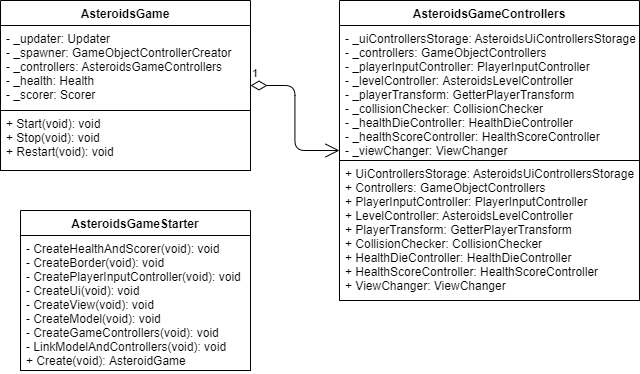
Kkamikadzee/Asteroids keeps this draw.io diagram as Other/Diagrams/StartGame/StartGame.png. Above is the earlier version. Source tidied: cells renumbered, new cells last; positions are measured from the earlier drawing's top-left corner, leaving out a move shared by most shapes.
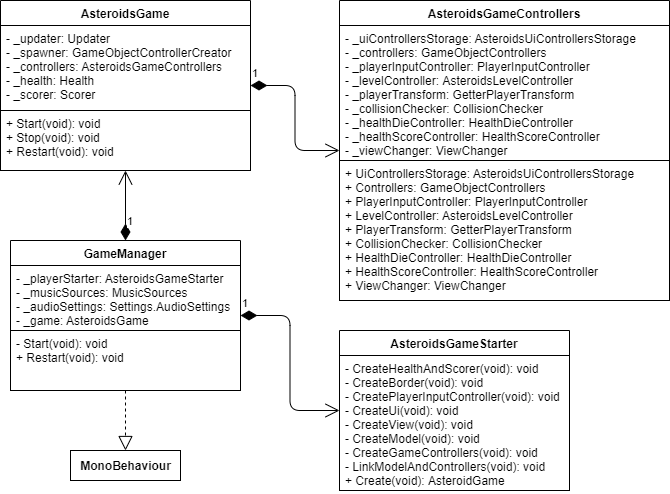
Above is the later version.

Change to the diagram source:
```diff
@@ -2,20 +2,29 @@
   <root>
     <mxCell id="0" />
     <mxCell id="1" parent="0" />
+    <mxCell id="11" value="GameManager" style="swimlane;fontStyle=1;align=center;verticalAlign=top;horizontal=1;startSize=25;spacing=2;" parent="1" vertex="1">
+      <mxGeometry x="10" y="240" width="230" height="150" as="geometry" />
+    </mxCell>
+    <mxCell id="12" value="- _playerStarter: AsteroidsGameStarter&#10;- _musicSources: MusicSources&#10;- _audioSettings: Settings.AudioSettings&#10;- _game: AsteroidsGame&#10;" style="text;fillColor=none;align=left;verticalAlign=top;spacingLeft=4;spacingRight=4;overflow=hidden;strokeColor=#000000;" parent="11" vertex="1">
+      <mxGeometry y="25" width="230" height="65" as="geometry" />
+    </mxCell>
+    <mxCell id="13" value="- Start(void): void&#10;+ Restart(void): void" style="text;fillColor=none;align=left;verticalAlign=top;spacingLeft=4;spacingRight=4;overflow=hidden;strokeColor=#000000;" parent="11" vertex="1">
+      <mxGeometry y="90" width="230" height="60" as="geometry" />
+    </mxCell>
     <mxCell id="2" value="AsteroidsGameStarter" style="swimlane;fontStyle=1;align=center;verticalAlign=top;horizontal=1;startSize=25;spacing=2;" parent="1" vertex="1">
-      <mxGeometry x="20" y="210" width="230" height="160" as="geometry" />
+      <mxGeometry x="339" y="330" width="230" height="160" as="geometry" />
     </mxCell>
     <mxCell id="3" value="- CreateHealthAndScorer(void): void&#10;- CreateBorder(void): void&#10;- CreatePlayerInputController(void): void&#10;- CreateUi(void): void&#10;- CreateView(void): void&#10;- CreateModel(void): void&#10;- CreateGameControllers(void): void&#10;- LinkModelAndControllers(void): void&#10;+ Create(void): AsteroidGame" style="text;fillColor=none;align=left;verticalAlign=top;spacingLeft=4;spacingRight=4;overflow=hidden;strokeColor=#000000;" parent="2" vertex="1">
       <mxGeometry y="25" width="230" height="135" as="geometry" />
     </mxCell>
     <mxCell id="4" value="AsteroidsGameControllers" style="swimlane;fontStyle=1;align=center;verticalAlign=top;horizontal=1;startSize=25;spacing=2;" parent="1" vertex="1">
-      <mxGeometry x="339" width="300" height="300" as="geometry" />
+      <mxGeometry x="339" width="330" height="300" as="geometry" />
     </mxCell>
     <mxCell id="5" value="- _uiControllersStorage: AsteroidsUiControllersStorage&#10;- _controllers: GameObjectControllers&#10;- _playerInputController: PlayerInputController&#10;- _levelController: AsteroidsLevelController&#10;- _playerTransform: GetterPlayerTransform&#10;- _collisionChecker: CollisionChecker&#10;- _healthDieController: HealthDieController&#10;- _healthScoreController: HealthScoreController&#10;- _viewChanger: ViewChanger&#10;" style="text;fillColor=none;align=left;verticalAlign=top;spacingLeft=4;spacingRight=4;overflow=hidden;strokeColor=#000000;" parent="4" vertex="1">
-      <mxGeometry y="25" width="300" height="135" as="geometry" />
+      <mxGeometry y="25" width="330" height="135" as="geometry" />
     </mxCell>
     <mxCell id="6" value="+ UiControllersStorage: AsteroidsUiControllersStorage&#10;+ Controllers: GameObjectControllers&#10;+ PlayerInputController: PlayerInputController&#10;+ LevelController: AsteroidsLevelController&#10;+ PlayerTransform: GetterPlayerTransform&#10;+ CollisionChecker: CollisionChecker&#10;+ HealthDieController: HealthDieController&#10;+ HealthScoreController: HealthScoreController&#10;+ ViewChanger: ViewChanger" style="text;fillColor=none;align=left;verticalAlign=top;spacingLeft=4;spacingRight=4;overflow=hidden;strokeColor=#000000;" parent="4" vertex="1">
-      <mxGeometry y="160" width="300" height="140" as="geometry" />
+      <mxGeometry y="160" width="330" height="140" as="geometry" />
     </mxCell>
     <mxCell id="7" value="AsteroidsGame" style="swimlane;fontStyle=1;align=center;verticalAlign=top;horizontal=1;startSize=25;spacing=2;" parent="1" vertex="1">
       <mxGeometry width="250" height="170" as="geometry" />
@@ -26,8 +35,20 @@
     <mxCell id="9" value="+ Start(void): void&#10;+ Stop(void): void&#10;+ Restart(void): void" style="text;fillColor=none;align=left;verticalAlign=top;spacingLeft=4;spacingRight=4;overflow=hidden;strokeColor=#000000;" parent="7" vertex="1">
       <mxGeometry y="110" width="250" height="60" as="geometry" />
     </mxCell>
+    <mxCell id="14" value="1" style="endArrow=open;html=1;endSize=12;startArrow=diamondThin;startSize=14;startFill=1;edgeStyle=orthogonalEdgeStyle;align=left;verticalAlign=bottom;" parent="1" edge="1" source="11" target="2">
+      <mxGeometry x="-1" y="3" relative="1" as="geometry" />
+    </mxCell>
-    <mxCell id="10" value="1" style="endArrow=open;html=1;endSize=12;startArrow=diamondThin;startSize=14;startFill=0;edgeStyle=orthogonalEdgeStyle;align=left;verticalAlign=bottom;" parent="1" edge="1" source="7" target="4">
+    <mxCell id="10" value="1" style="endArrow=open;html=1;endSize=12;startArrow=diamondThin;startSize=14;startFill=1;edgeStyle=orthogonalEdgeStyle;align=left;verticalAlign=bottom;" parent="1" edge="1" source="7" target="4">
       <mxGeometry x="-1" y="3" relative="1" as="geometry" />
     </mxCell>
+    <mxCell id="15" value="1" style="endArrow=open;html=1;endSize=12;startArrow=diamondThin;startSize=14;startFill=1;edgeStyle=orthogonalEdgeStyle;align=left;verticalAlign=bottom;" parent="1" edge="1" source="11" target="7">
+      <mxGeometry x="-0.71" relative="1" as="geometry" />
+    </mxCell>
+    <mxCell id="16" value="&lt;b&gt;MonoBehaviour&lt;/b&gt;" style="html=1;" parent="1" vertex="1">
+      <mxGeometry x="70" y="450" width="110" height="30" as="geometry" />
+    </mxCell>
+    <mxCell id="17" style="endArrow=block;dashed=1;endFill=0;endSize=12;html=1;" parent="1" edge="1" source="11" target="16">
+      <mxGeometry relative="1" as="geometry" />
+    </mxCell>
   </root>
 </mxGraphModel>
```
